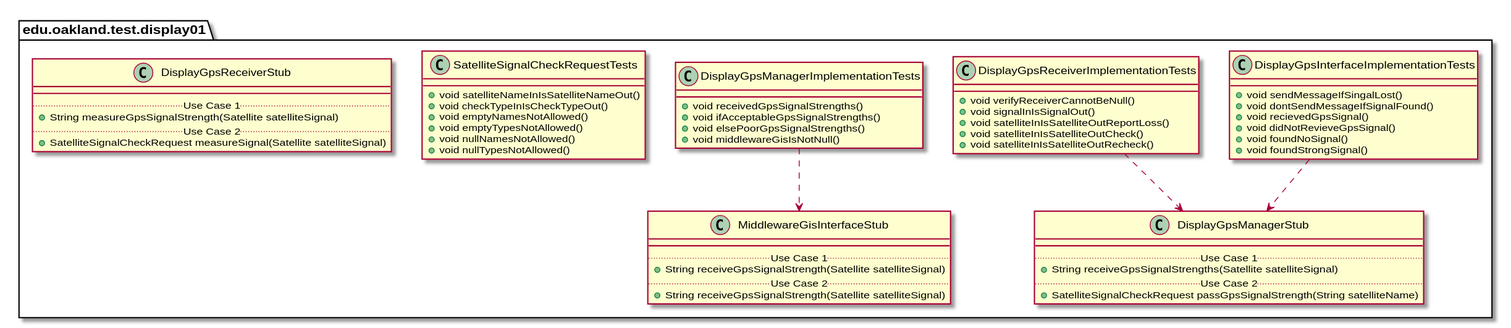
Before: docs/uml-class-diagrams/display01/test/Display01TestPackage_InternalDependencies.svg, a diagram exported from PlantUML (andrewdimmer/csi-3370-software-project).
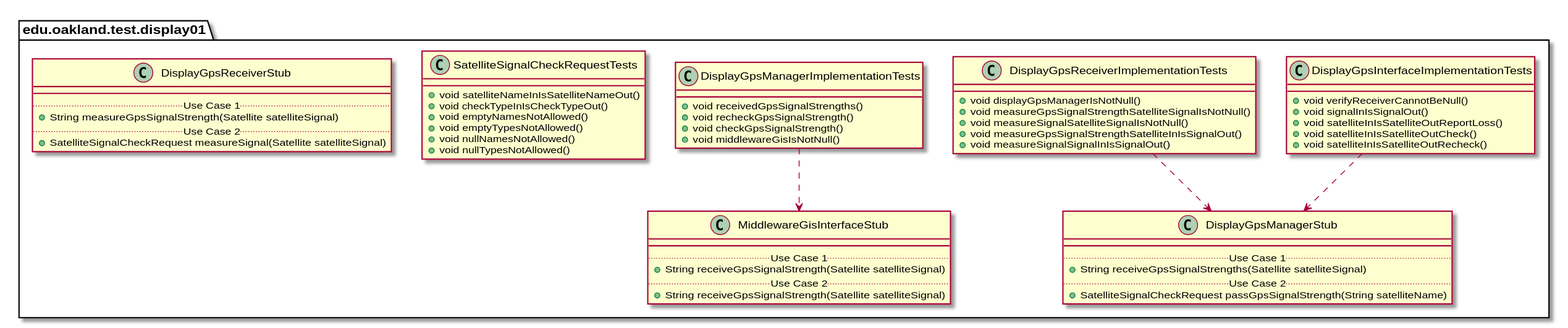
After the change.

Diff of the diagram source:
```diff
@@ -7,12 +7,11 @@
 
 package edu.oakland.test.display01 {
     class DisplayGpsInterfaceImplementationTests {
-      + void sendMessageIfSingalLost()
-      + void dontSendMessageIfSignalFound()
-      + void recievedGpsSignal()
-      + void didNotRevieveGpsSignal()
-      + void foundNoSignal()
-      + void foundStrongSignal()
+      + void verifyReceiverCannotBeNull()
+      + void signalInIsSignalOut()
+      + void satelliteInIsSatelliteOutReportLoss()
+      + void satelliteInIsSatelliteOutCheck()
+      + void satelliteInIsSatelliteOutRecheck()
     }
 }
 
@@ -32,11 +31,11 @@
 
 package edu.oakland.test.display01 {
     class DisplayGpsReceiverImplementationTests {
-        + void verifyReceiverCannotBeNull()
-        + void signalInIsSignalOut()
-        + void satelliteInIsSatelliteOutReportLoss()
-        + void satelliteInIsSatelliteOutCheck()
-        + void satelliteInIsSatelliteOutRecheck()
+        + void displayGpsManagerIsNotNull()
+        + void measureGpsSignalStrengthSatelliteSignalIsNotNull()
+        + void measureSignalSatelliteSignalIsNotNull()
+        + void measureGpsSignalStrengthSatelliteInIsSignalOut()
+        + void measureSignalSignalInIsSignalOut()
     }
 }
 
@@ -46,8 +45,8 @@
 package edu.oakland.test.display01 {
     class DisplayGpsManagerImplementationTests {
         + void receivedGpsSignalStrengths()
-        + void ifAcceptableGpsSignalStrengths()
-        + void elsePoorGpsSignalStrengths()
+        + void recheckGpsSignalStrength()
+        + void checkGpsSignalStrength()
         + void middlewareGisIsNotNull()
     }
 }
```
